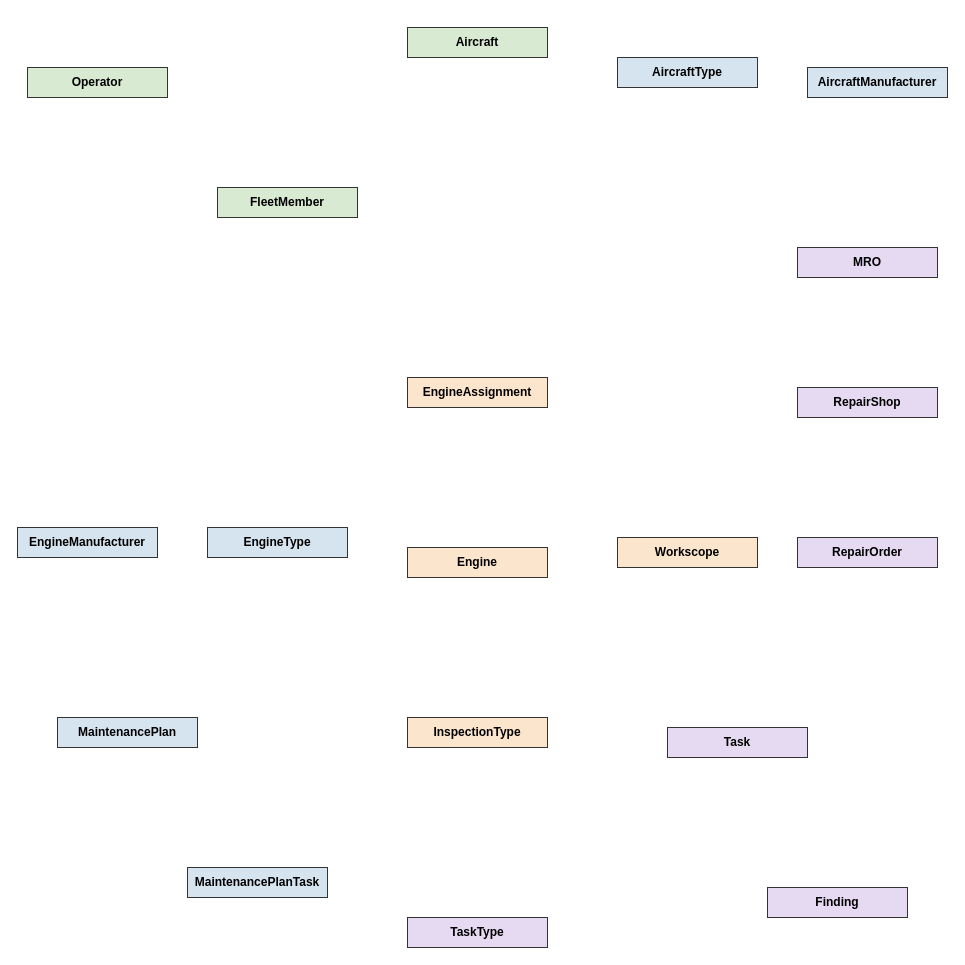
Before: app/docs/requirements/DataModel-layout.drawio in aide-examples/aide-rap, a draw.io diagram. Source tidied: cells renumbered, new cells numbered last; positions are measured from the earlier drawing's top-left corner, leaving out a move shared by most shapes. Both pictures are drawn from the tidied source at 100%, with x=0, y=0 at pixel (17, 27).
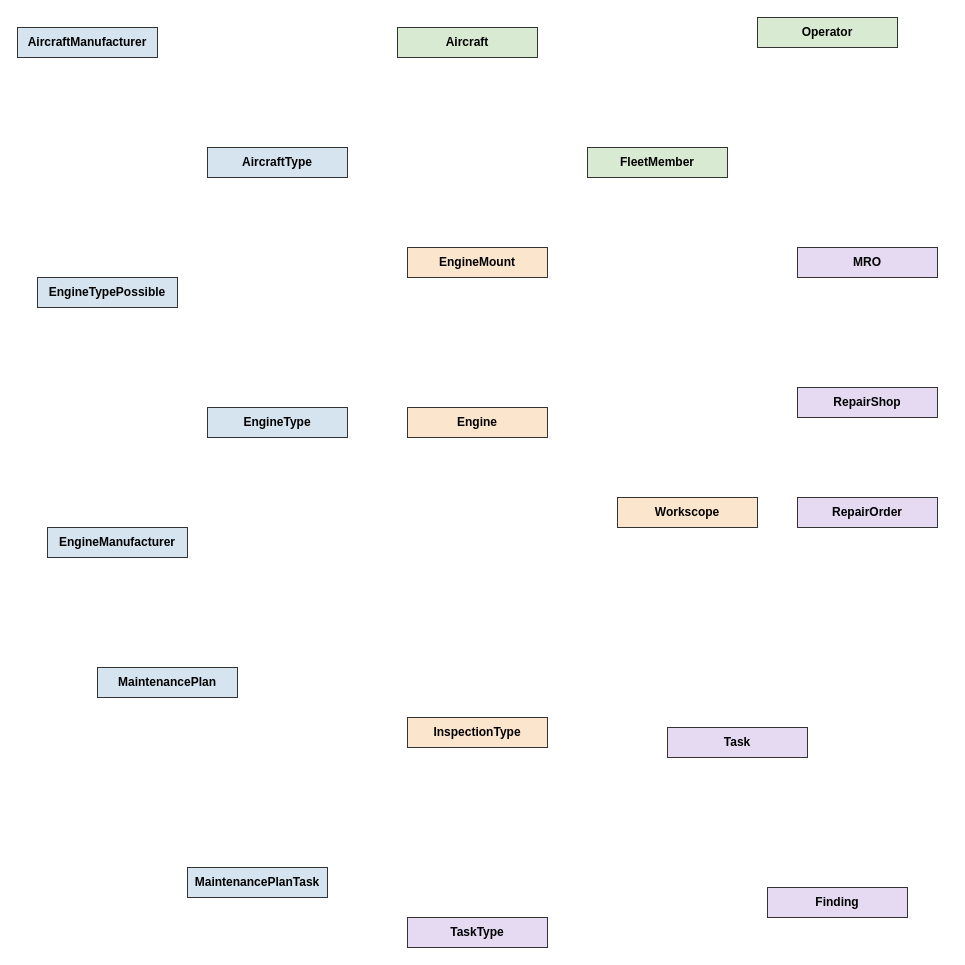
The same diagram, later.

What changed in the source:
```diff
@@
     <mxCell id="2" value="AircraftManufacturer" style="rounded=0;whiteSpace=wrap;html=1;fillColor=#D6E4F0;strokeColor=#333333;fontStyle=1;" parent="1" vertex="1">
-      <mxGeometry x="790" y="40" width="140" height="30" as="geometry" />
+      <mxGeometry width="140" height="30" as="geometry" />
     </mxCell>
     <mxCell id="3" value="AircraftType" style="rounded=0;whiteSpace=wrap;html=1;fillColor=#D6E4F0;strokeColor=#333333;fontStyle=1;" parent="1" vertex="1">
-      <mxGeometry x="600" y="30" width="140" height="30" as="geometry" />
+      <mxGeometry x="190" y="120" width="140" height="30" as="geometry" />
     </mxCell>
     <mxCell id="4" value="EngineManufacturer" style="rounded=0;whiteSpace=wrap;html=1;fillColor=#D6E4F0;strokeColor=#333333;fontStyle=1;" parent="1" vertex="1">
-      <mxGeometry y="500" width="140" height="30" as="geometry" />
+      <mxGeometry x="30" y="500" width="140" height="30" as="geometry" />
     </mxCell>
     <mxCell id="5" value="EngineType" style="rounded=0;whiteSpace=wrap;html=1;fillColor=#D6E4F0;strokeColor=#333333;fontStyle=1;" parent="1" vertex="1">
-      <mxGeometry x="190" y="500" width="140" height="30" as="geometry" />
+      <mxGeometry x="190" y="380" width="140" height="30" as="geometry" />
     </mxCell>
     <mxCell id="6" value="MaintenancePlan" style="rounded=0;whiteSpace=wrap;html=1;fillColor=#D6E4F0;strokeColor=#333333;fontStyle=1;" parent="1" vertex="1">
-      <mxGeometry x="40" y="690" width="140" height="30" as="geometry" />
+      <mxGeometry x="80" y="640" width="140" height="30" as="geometry" />
     </mxCell>
@@
     <mxCell id="8" value="Operator" style="rounded=0;whiteSpace=wrap;html=1;fillColor=#D9EAD3;strokeColor=#333333;fontStyle=1;" parent="1" vertex="1">
-      <mxGeometry x="10" y="40" width="140" height="30" as="geometry" />
+      <mxGeometry x="740" y="-10" width="140" height="30" as="geometry" />
     </mxCell>
     <mxCell id="9" value="Aircraft" style="rounded=0;whiteSpace=wrap;html=1;fillColor=#D9EAD3;strokeColor=#333333;fontStyle=1;" parent="1" vertex="1">
-      <mxGeometry x="390" width="140" height="30" as="geometry" />
+      <mxGeometry x="380" width="140" height="30" as="geometry" />
     </mxCell>
     <mxCell id="10" value="Engine" style="rounded=0;whiteSpace=wrap;html=1;fillColor=#FCE5CD;strokeColor=#333333;fontStyle=1;" parent="1" vertex="1">
-      <mxGeometry x="390" y="520" width="140" height="30" as="geometry" />
+      <mxGeometry x="390" y="380" width="140" height="30" as="geometry" />
     </mxCell>
-    <mxCell id="11" value="EngineAssignment" style="rounded=0;whiteSpace=wrap;html=1;fillColor=#FCE5CD;strokeColor=#333333;fontStyle=1;" parent="1" vertex="1">
-      <mxGeometry x="390" y="350" width="140" height="30" as="geometry" />
+    <mxCell id="11" value="EngineMount" style="rounded=0;whiteSpace=wrap;html=1;fillColor=#FCE5CD;strokeColor=#333333;fontStyle=1;" parent="1" vertex="1">
+      <mxGeometry x="390" y="220" width="140" height="30" as="geometry" />
     </mxCell>
@@
     <mxCell id="13" value="Workscope" style="rounded=0;whiteSpace=wrap;html=1;fillColor=#FCE5CD;strokeColor=#333333;fontStyle=1;" parent="1" vertex="1">
-      <mxGeometry x="600" y="510" width="140" height="30" as="geometry" />
+      <mxGeometry x="600" y="470" width="140" height="30" as="geometry" />
     </mxCell>
@@
     <mxCell id="16" value="RepairOrder" style="rounded=0;whiteSpace=wrap;html=1;fillColor=#E6D9F2;strokeColor=#333333;fontStyle=1;" parent="1" vertex="1">
-      <mxGeometry x="780" y="510" width="140" height="30" as="geometry" />
+      <mxGeometry x="780" y="470" width="140" height="30" as="geometry" />
     </mxCell>
@@
     <mxCell id="20" value="FleetMember" style="rounded=0;whiteSpace=wrap;html=1;fillColor=#D9EAD3;strokeColor=#333333;fontStyle=1;" parent="1" vertex="1">
-      <mxGeometry x="200" y="160" width="140" height="30" as="geometry" />
+      <mxGeometry x="570" y="120" width="140" height="30" as="geometry" />
     </mxCell>
+    <mxCell id="21" value="EngineTypePossible" style="rounded=0;whiteSpace=wrap;html=1;fillColor=#D6E4F0;strokeColor=#333333;fontStyle=1;" parent="1" vertex="1">
+      <mxGeometry x="20" y="250" width="140" height="30" as="geometry" />
+    </mxCell>
```
